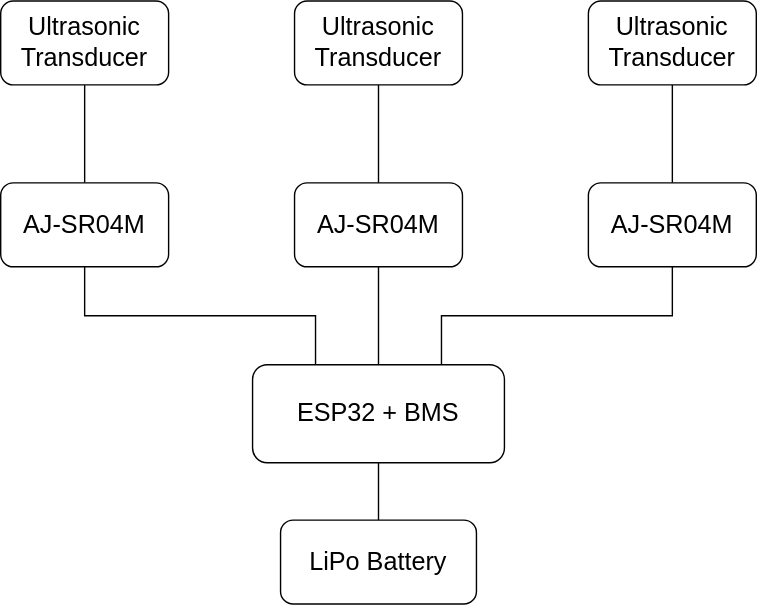
Above: hardware/Connection Diagram.svg in metisvela/sailtrack-wind (draw.io), before the change. Source tidied: cells renumbered, new cells last; positions are measured from the earlier drawing's top-left corner, leaving out a move shared by most shapes.
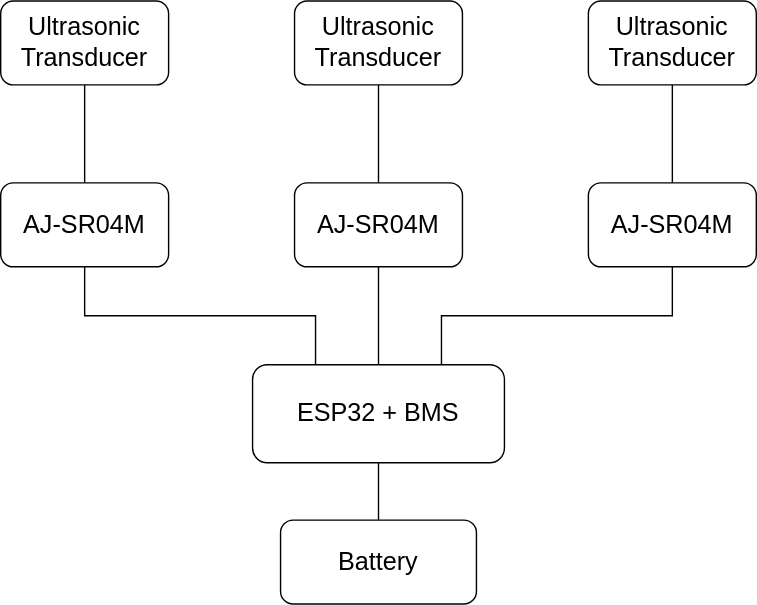
After the change.

Diff of the diagram source:
```diff
@@ -44,7 +44,7 @@
     <mxCell id="15" style="edgeStyle=orthogonalEdgeStyle;rounded=0;jettySize=auto;html=1;exitX=0.5;exitY=0;exitDx=0;exitDy=0;entryX=0.5;entryY=1;entryDx=0;entryDy=0;endArrow=none;endFill=0;" parent="1" edge="1" source="16" target="14">
       <mxGeometry relative="1" as="geometry" />
     </mxCell>
-    <mxCell id="16" value="&lt;span style=&quot;font-size: 18px&quot;&gt;LiPo Battery&lt;/span&gt;" style="rounded=1;whiteSpace=wrap;html=1;fontSize=16;" parent="1" vertex="1">
+    <mxCell id="16" value="&lt;span style=&quot;font-size: 18px&quot;&gt;Battery&lt;/span&gt;" style="rounded=1;whiteSpace=wrap;html=1;fontSize=16;" parent="1" vertex="1">
       <mxGeometry x="200" y="371" width="140" height="60" as="geometry" />
     </mxCell>
   </root>
```
